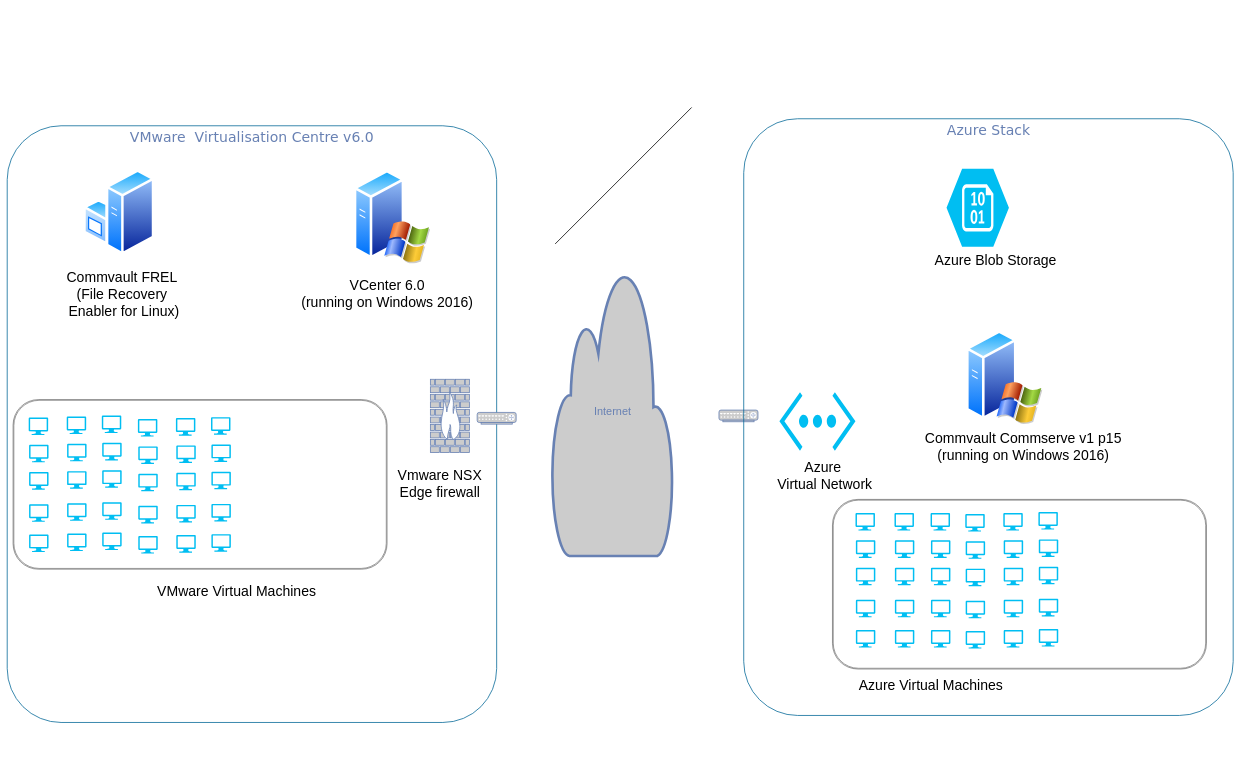
Before: Commvault UKCloud 1.2 Diagram.drawio in dariusz21p/getData, a draw.io diagram. Source tidied: cells renumbered, new cells numbered last; positions are measured from the earlier drawing's top-left corner, leaving out a move shared by most shapes. Both pictures are drawn from the tidied source at 39%, with x=0, y=0 at pixel (7, 107).
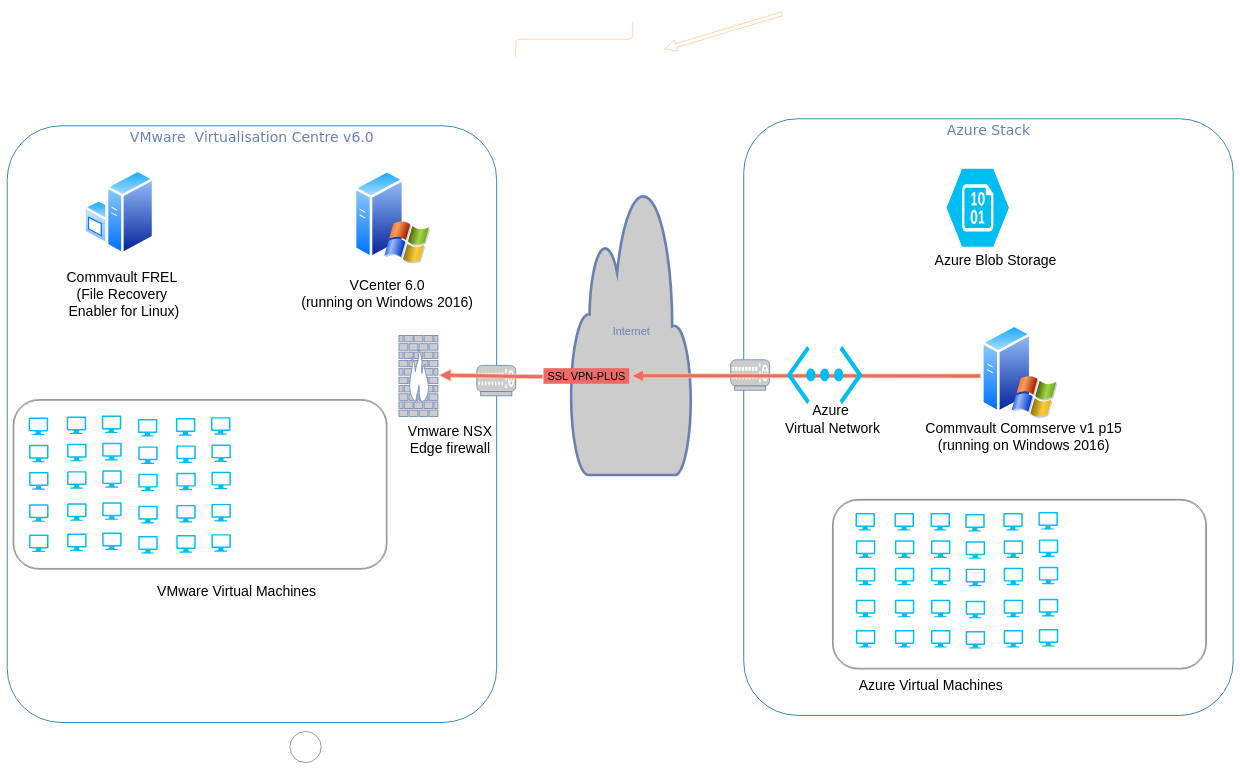
After the change.

What changed in the source:
```diff
@@
+    <mxCell id="3" value="&lt;font style=&quot;font-size: 36px&quot;&gt;VMware&amp;nbsp; Virtualisation Centre v6.0&lt;/font&gt;" style="rounded=1;whiteSpace=wrap;html=1;shadow=0;comic=0;strokeColor=#036897;strokeWidth=2;fillColor=none;fontFamily=Verdana;fontSize=28;fontColor=#6881B3;align=center;arcSize=11;verticalAlign=top;" parent="1" vertex="1">
+      <mxGeometry y="47" width="1255" height="1530" as="geometry" />
+    </mxCell>
@@
-    <mxCell id="3" value="&lt;font style=&quot;font-size: 36px&quot;&gt;VMware&amp;nbsp; Virtualisation Centre v6.0&lt;/font&gt;" style="rounded=1;whiteSpace=wrap;html=1;shadow=0;comic=0;strokeColor=#036897;strokeWidth=2;fillColor=none;fontFamily=Verdana;fontSize=28;fontColor=#6881B3;align=center;arcSize=11;verticalAlign=top;" parent="1" vertex="1">
-      <mxGeometry y="47" width="1255" height="1530" as="geometry" />
-    </mxCell>
     <mxCell id="4" style="fontColor=#0066CC;verticalAlign=top;verticalLabelPosition=bottom;labelPosition=center;align=center;html=1;fillColor=#CCCCCC;strokeColor=#6881B3;gradientColor=none;gradientDirection=north;strokeWidth=2;shape=mxgraph.networks.firewall;rounded=0;shadow=0;comic=0;" parent="1" vertex="1">
-      <mxGeometry x="1085" y="697" width="100" height="188" as="geometry" />
+      <mxGeometry x="1004.5" y="584.5" width="100" height="208" as="geometry" />
     </mxCell>
     <mxCell id="5" style="fontColor=#0066CC;verticalAlign=top;verticalLabelPosition=bottom;labelPosition=center;align=center;html=1;fillColor=#CCCCCC;strokeColor=#6881B3;gradientColor=none;gradientDirection=north;strokeWidth=2;shape=mxgraph.networks.router;rounded=0;shadow=0;comic=0;" parent="1" vertex="1">
-      <mxGeometry x="1205" y="782" width="100" height="30" as="geometry" />
+      <mxGeometry x="1204" y="661.5" width="100" height="78" as="geometry" />
     </mxCell>
     <mxCell id="6" value="Internet" style="html=1;fillColor=#CCCCCC;strokeColor=#6881B3;gradientColor=none;gradientDirection=north;strokeWidth=2;shape=mxgraph.networks.cloud;fontColor=#6881B3;rounded=0;shadow=0;comic=0;align=center;fontSize=28;" parent="1" vertex="1">
-      <mxGeometry x="1397" y="410" width="310" height="740" as="geometry" />
+      <mxGeometry x="1445" y="202.5" width="310" height="740" as="geometry" />
     </mxCell>
-    <mxCell id="7" style="edgeStyle=none;html=1;labelBackgroundColor=none;endArrow=none;endFill=0;strokeWidth=2;fontFamily=Verdana;fontSize=28;fontColor=#6881B3;" parent="1" edge="1">
-      <mxGeometry relative="1" as="geometry">
-        <mxPoint x="1405" y="350" as="sourcePoint" />
-        <mxPoint x="1755" as="targetPoint" />
-      </mxGeometry>
-    </mxCell>
-    <mxCell id="8" style="fontColor=#0066CC;verticalAlign=top;verticalLabelPosition=bottom;labelPosition=center;align=center;html=1;fillColor=#CCCCCC;strokeColor=#6881B3;gradientColor=none;gradientDirection=north;strokeWidth=2;shape=mxgraph.networks.router;rounded=0;shadow=0;comic=0;" parent="1" vertex="1">
-      <mxGeometry x="1825" y="776" width="100" height="30" as="geometry" />
-    </mxCell>
@@
-    <mxCell id="10" style="verticalLabelPosition=bottom;html=1;verticalAlign=top;align=center;strokeColor=none;fillColor=#00BEF2;shape=mxgraph.azure.virtual_network;" parent="1" vertex="1">
-      <mxGeometry x="1980" y="730" width="195" height="150" as="geometry" />
-    </mxCell>
@@
     <mxCell id="24" value="&lt;font style=&quot;font-size: 36px&quot;&gt;Vmware NSX &lt;br&gt;Edge firewall&lt;br&gt;&lt;/font&gt;" style="text;html=1;align=center;verticalAlign=middle;fillColor=none;strokeColor=none;rounded=0;fontSize=28;" parent="1" vertex="1">
-      <mxGeometry x="989" y="925" width="240" height="80" as="geometry" />
+      <mxGeometry x="1015" y="811.5" width="240" height="80" as="geometry" />
     </mxCell>
@@
     <mxCell id="29" style="group;" parent="1" vertex="1">
-      <mxGeometry x="2343.5" y="729" width="521" height="181" as="geometry" />
+      <mxGeometry x="2344.5" y="702" width="521" height="181" as="geometry" />
     </mxCell>
@@
-    <mxCell id="31" value="&lt;font style=&quot;font-size: 36px&quot;&gt;Azure&amp;nbsp;&lt;br&gt;Virtual Network&lt;br&gt;&lt;/font&gt;" style="text;html=1;align=center;verticalAlign=middle;fillColor=none;strokeColor=none;rounded=0;fontSize=28;" parent="1" vertex="1">
-      <mxGeometry x="1966" y="902.5" width="260" height="80" as="geometry" />
-    </mxCell>
@@
     <mxCell id="101" style="perimeter=ellipsePerimeter;html=1;align=center;shadow=0;dashed=0;spacingTop=3;image;image=img/lib/active_directory/windows_server_2.svg;" parent="1" vertex="1">
-      <mxGeometry x="2459" y="569.5" width="196" height="245" as="geometry" />
+      <mxGeometry x="2497.5" y="554" width="196" height="245" as="geometry" />
     </mxCell>
+    <mxCell id="102" style="ellipse;whiteSpace=wrap;html=1;" parent="1" vertex="1">
+      <mxGeometry x="725" y="1600" width="80" height="80" as="geometry" />
+    </mxCell>
+    <mxCell id="103" style="html=1;labelBackgroundColor=none;endArrow=none;endFill=0;strokeWidth=2;fontFamily=Verdana;fontSize=28;fontColor=#6881B3;shape=arrow;strokeColor=#FFCC99;edgeStyle=elbowEdgeStyle;elbow=vertical;shadow=0;" parent="1" edge="1">
+      <mxGeometry relative="1" as="geometry">
+        <mxPoint x="1986" y="-240" as="sourcePoint" />
+        <mxPoint x="1686" y="-150" as="targetPoint" />
+        <Array as="points">
+          <mxPoint x="1846" y="-230" />
+        </Array>
+      </mxGeometry>
+    </mxCell>
+    <mxCell id="104" style="fontColor=#0066CC;verticalAlign=top;verticalLabelPosition=bottom;labelPosition=center;align=center;html=1;fillColor=#CCCCCC;strokeColor=#6881B3;gradientColor=none;gradientDirection=north;strokeWidth=2;shape=mxgraph.networks.router;rounded=0;shadow=0;comic=0;" parent="1" vertex="1">
+      <mxGeometry x="1855" y="647" width="100" height="78" as="geometry" />
+    </mxCell>
+    <mxCell id="105" style="html=1;labelBackgroundColor=none;endArrow=none;endFill=0;strokeWidth=2;fontFamily=Verdana;fontSize=28;fontColor=#6881B3;shape=arrow;strokeColor=#FFCC99;edgeStyle=elbowEdgeStyle;elbow=vertical;shadow=0;exitX=-0.009;exitY=0.549;exitDx=0;exitDy=0;entryX=1.03;entryY=0.49;entryDx=0;entryDy=0;entryPerimeter=0;exitPerimeter=0;fillColor=#EA6B66;" parent="1" edge="1" source="106" target="4">
+      <mxGeometry relative="1" as="geometry" />
+    </mxCell>
+    <mxCell id="106" value="&lt;font&gt;&lt;span&gt;SSL VPN-PLUS&lt;/span&gt;&lt;br&gt;&lt;/font&gt;" style="text;html=1;align=center;verticalAlign=middle;points=[];fillColor=#EA6B66;strokeColor=none;rounded=0;fontSize=28;" parent="1" vertex="1">
+      <mxGeometry x="1375" y="668.5" width="220" height="40" as="geometry" />
+    </mxCell>
+    <mxCell id="107" style="html=1;labelBackgroundColor=none;endArrow=none;endFill=0;strokeWidth=2;fontFamily=Verdana;fontSize=28;fontColor=#6881B3;shape=arrow;strokeColor=#FFCC99;edgeStyle=elbowEdgeStyle;elbow=vertical;shadow=0;exitX=-0.009;exitY=0.549;exitDx=0;exitDy=0;entryX=1.03;entryY=0.49;entryDx=0;entryDy=0;entryPerimeter=0;exitPerimeter=0;fillColor=#EA6B66;" parent="1" edge="1" source="101" target="106">
+      <mxGeometry relative="1" as="geometry">
+        <Array as="points">
+          <mxPoint x="1495" y="202" />
+        </Array>
+      </mxGeometry>
+    </mxCell>
+    <mxCell id="108" style="group;" parent="1" vertex="1">
+      <mxGeometry x="1986" y="611" width="260" height="228" as="geometry" />
+    </mxCell>
+    <mxCell id="10" style="verticalLabelPosition=bottom;html=1;verticalAlign=top;align=center;strokeColor=none;fillColor=#00BEF2;shape=mxgraph.azure.virtual_network;" parent="108" vertex="1">
+      <mxGeometry x="12.5" width="195" height="150" as="geometry" />
+    </mxCell>
+    <mxCell id="31" value="&lt;font style=&quot;font-size: 36px&quot;&gt;Azure&amp;nbsp;&lt;br&gt;Virtual Network&lt;br&gt;&lt;/font&gt;" style="text;html=1;align=center;verticalAlign=middle;fillColor=none;strokeColor=none;rounded=0;fontSize=28;" parent="108" vertex="1">
+      <mxGeometry y="148" width="260" height="80" as="geometry" />
+    </mxCell>
+    <mxCell id="109" style="html=1;labelBackgroundColor=none;endArrow=none;endFill=0;strokeWidth=2;fontFamily=Verdana;fontSize=28;fontColor=#6881B3;strokeColor=#FFCC99;edgeStyle=elbowEdgeStyle;elbow=vertical;shadow=0;" parent="1" edge="1">
+      <mxGeometry relative="1" as="geometry">
+        <mxPoint x="1604" y="-220" as="sourcePoint" />
+        <mxPoint x="1304" y="-130" as="targetPoint" />
+      </mxGeometry>
+    </mxCell>
```
